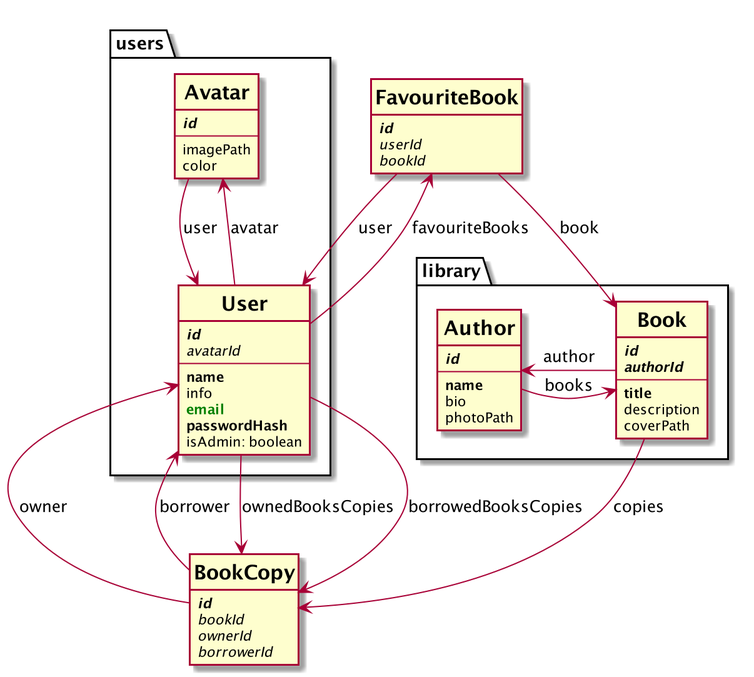
lucassus/bookshelf keeps this PlantUML diagram as docs/database.png. Above is the earlier version.
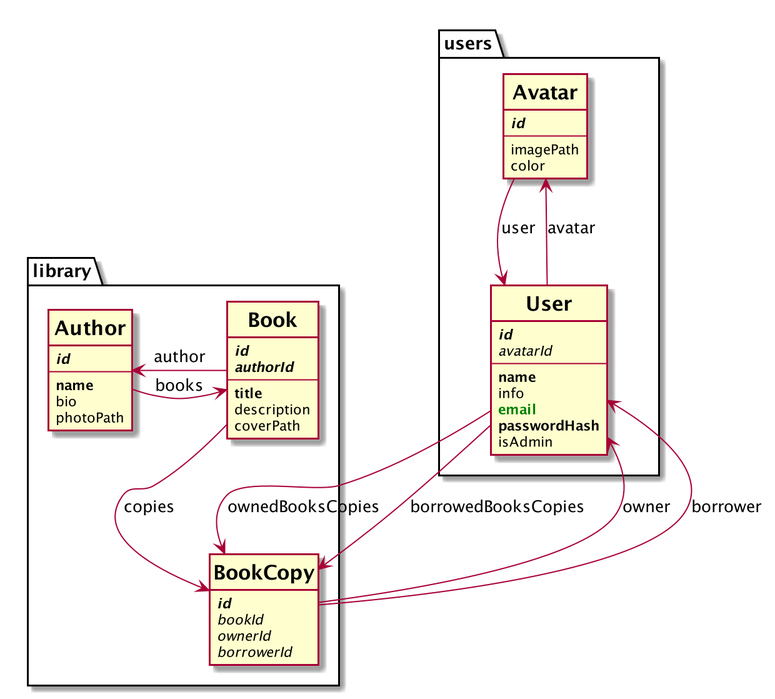
After the change.

The edit, as a diff of the source:
```diff
@@ -7,57 +7,51 @@
 hide stereotypes
 
 package users {
-    class Avatar << (T,#FFAAAA) >> {
-      <b><i>id</i></b>
-      --
-      imagePath
-      color
-    }
+  class Avatar << (T,#FFAAAA) >> {
+    <b><i>id</i></b>
+    --
+    imagePath
+    color
+  }
 
-
-    class User << (T,#FFAAAA) >> {
-      <b><i>id</i></b>
-      <i>avatarId</i>
-      --
-      <b>name</b>
-      info
-      <color:green><b>email</b></color>
-      <b>passwordHash</b>
-      isAdmin: boolean
-    }
+  class User << (T,#FFAAAA) >> {
+    <b><i>id</i></b>
+    <i>avatarId</i>
+    --
+    <b>name</b>
+    info
+    <color:green><b>email</b></color>
+    <b>passwordHash</b>
+    isAdmin
+  }
 }
 
 package library {
-    class Author << (T,#FFAAAA) >> {
-      <b><i>id</i></b>
-      --
-      <b>name</b>
-      bio
-      photoPath
-    }
+  class Author << (T,#FFAAAA) >> {
+    <b><i>id</i></b>
+    --
+    <b>name</b>
+    bio
+    photoPath
+  }
 
-    class Book << (T,#FFAAAA) >> {
-      <b><i>id</i></b>
-      <b><i>authorId</i></b>
-      --
-      <b>title</b>
-      description
-      coverPath
-    }
+  class Book << (T,#FFAAAA) >> {
+    <b><i>id</i></b>
+    <b><i>authorId</i></b>
+    --
+    <b>title</b>
+    description
+    coverPath
+  }
+
+  class BookCopy << (T,#FFAAAA) >> {
+    <b><i>id</i></b>
+    <i>bookId</i>
+    <i>ownerId</i>
+    <i>borrowerId</i>
+  }
 }
 
-class BookCopy << (T,#FFAAAA) >> {
-  <b><i>id</i></b>
-  <i>bookId</i>
-  <i>ownerId</i>
-  <i>borrowerId</i>
-}
-
-class FavouriteBook << (T,#FFAAAA) >> {
-  <b><i>id</i></b>
-  <i>userId</i>
-  <i>bookId</i>
-}
 
 
 User --> Avatar : avatar
@@ -69,10 +63,6 @@
 User --> BookCopy: borrowedBooksCopies
 BookCopy --> User : borrower
 
-FavouriteBook --> User : user
-User --> FavouriteBook : favouriteBooks
-FavouriteBook --> Book : book
-
 Book -> Author : author
 Author --> Book : books
 @enduml
```
